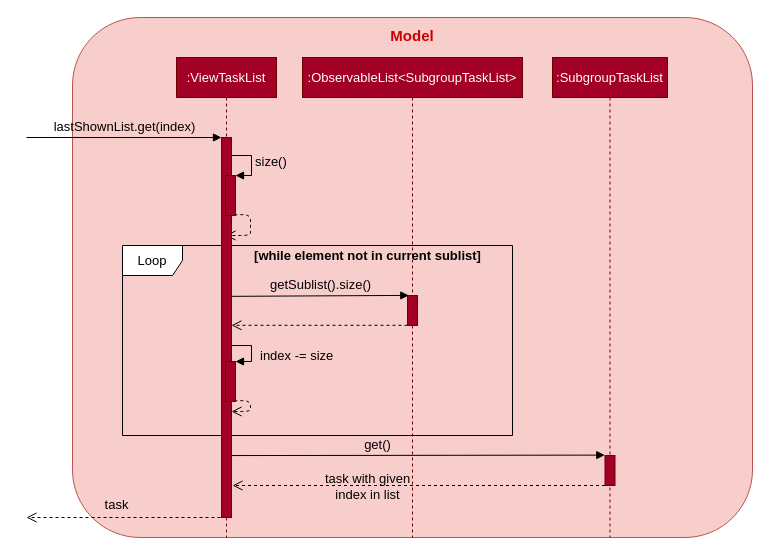
This is docs/diagrams/ViewTaskListGetSequenceDiagram.drawio from yapdianhao/main, a draw.io file, before an edit. Source tidied: cells renumbered, new cells numbered last; positions are measured from the earlier drawing's top-left corner, leaving out a move shared by most shapes. Both pictures are drawn from the tidied source at 100%, with x=0, y=0 at pixel (26, 17).
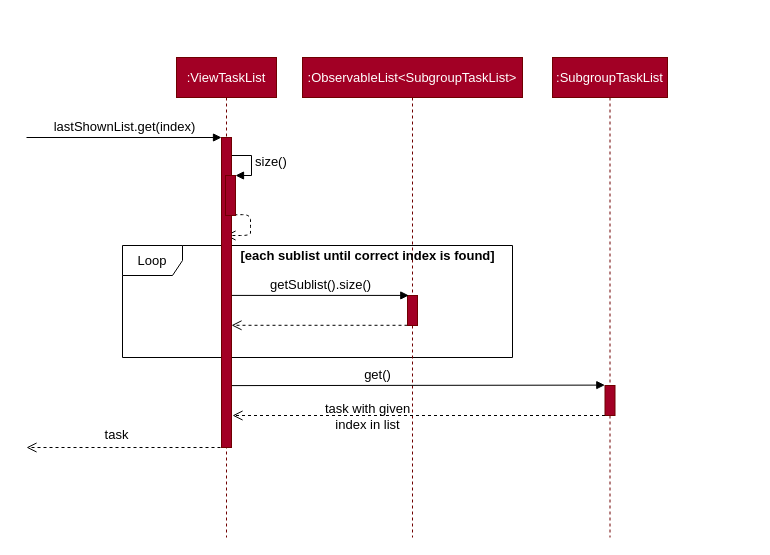
After the change.

What changed in the source:
```diff
@@
-    <mxCell id="0" />
-    <mxCell id="1" parent="0" />
-    <mxCell id="2" style="rounded=1;whiteSpace=wrap;html=1;fillColor=#f8cecc;strokeColor=#b85450;arcSize=13;" parent="1" vertex="1">
-      <mxGeometry x="46" width="680" height="520" as="geometry" />
-    </mxCell>
+    <mxCell id="26" />
+    <mxCell id="27" parent="26" />
-    <mxCell id="3" value="Loop" style="shape=umlFrame;whiteSpace=wrap;html=1;fontSize=13;fontColor=#000000;" parent="1" vertex="1">
-      <mxGeometry x="96" y="228" width="390" height="190" as="geometry" />
+    <mxCell id="3" value="Loop" style="shape=umlFrame;whiteSpace=wrap;html=1;fontSize=13;fontColor=#000000;" parent="27" vertex="1">
+      <mxGeometry x="96" y="228" width="390" height="112" as="geometry" />
     </mxCell>
-    <mxCell id="4" value="index -= size" style="edgeStyle=orthogonalEdgeStyle;html=1;align=left;spacingLeft=2;endArrow=block;rounded=0;entryX=1;entryY=0;fillColor=#4D9900;fontSize=13;labelBackgroundColor=none;" parent="1" edge="1" target="24">
-      <mxGeometry x="0.28" y="5" relative="1" as="geometry">
-        <mxPoint x="200" y="324" as="sourcePoint" />
-        <Array as="points">
-          <mxPoint x="200" y="328" />
-          <mxPoint x="225" y="328" />
-          <mxPoint x="225" y="344" />
-        </Array>
-      </mxGeometry>
-    </mxCell>
-    <mxCell id="5" style="html=1;verticalAlign=bottom;endArrow=open;dashed=1;endSize=8;fillColor=#4D9900;exitX=0.883;exitY=0.983;exitDx=0;exitDy=0;exitPerimeter=0;fontSize=13;" parent="1" edge="1" source="24" target="22">
-      <mxGeometry x="-0.3" y="-20" relative="1" as="geometry">
-        <Array as="points">
-          <mxPoint x="224" y="383" />
-          <mxPoint x="224" y="394" />
-        </Array>
-        <mxPoint x="40" as="offset" />
-      </mxGeometry>
-    </mxCell>
-    <mxCell id="6" value=":ViewTaskList" style="shape=umlLifeline;perimeter=lifelinePerimeter;whiteSpace=wrap;html=1;shadow=0;fillColor=#a20025;fontSize=13;fontColor=#ffffff;strokeColor=#6F0000;" parent="1" vertex="1">
+    <mxCell id="6" value=":ViewTaskList" style="shape=umlLifeline;perimeter=lifelinePerimeter;whiteSpace=wrap;html=1;shadow=0;fillColor=#a20025;fontSize=13;fontColor=#ffffff;strokeColor=#6F0000;" parent="27" vertex="1">
       <mxGeometry x="150" y="40" width="100" height="480" as="geometry" />
     </mxCell>
-    <mxCell id="7" value="lastShownList.get(index)" style="html=1;verticalAlign=bottom;endArrow=block;fillColor=#4D9900;fontSize=13;labelBackgroundColor=none;" parent="1" edge="1">
+    <mxCell id="7" value="lastShownList.get(index)" style="html=1;verticalAlign=bottom;endArrow=block;fillColor=#4D9900;fontSize=13;" parent="27" edge="1">
       <mxGeometry relative="1" as="geometry">
         <mxPoint y="120" as="sourcePoint" />
         <mxPoint x="195" y="120" as="targetPoint" />
       </mxGeometry>
     </mxCell>
-    <mxCell id="8" value="size()" style="edgeStyle=orthogonalEdgeStyle;html=1;align=left;spacingLeft=2;endArrow=block;rounded=0;entryX=1;entryY=0;fillColor=#4D9900;fontSize=13;labelBackgroundColor=none;" parent="1" edge="1" target="23">
+    <mxCell id="8" value="size()" style="edgeStyle=orthogonalEdgeStyle;html=1;align=left;spacingLeft=2;endArrow=block;rounded=0;entryX=1;entryY=0;fillColor=#4D9900;fontSize=13;" parent="27" edge="1" target="36">
       <mxGeometry relative="1" as="geometry">
         <mxPoint x="200" y="138" as="sourcePoint" />
         <Array as="points">
           <mxPoint x="225" y="138" />
           <mxPoint x="225" y="158" />
         </Array>
       </mxGeometry>
     </mxCell>
-    <mxCell id="9" style="html=1;verticalAlign=bottom;endArrow=open;dashed=1;endSize=8;fillColor=#4D9900;exitX=0.883;exitY=0.983;exitDx=0;exitDy=0;exitPerimeter=0;fontSize=13;" parent="1" edge="1" source="23">
-      <mxGeometry x="-0.3" y="-20" relative="1" as="geometry">
-        <mxPoint x="199" y="218" as="targetPoint" />
-        <Array as="points">
-          <mxPoint x="224" y="197" />
-          <mxPoint x="224" y="208" />
-          <mxPoint x="224" y="218" />
-          <mxPoint x="224" y="218" />
-        </Array>
-        <mxPoint x="40" as="offset" />
-      </mxGeometry>
-    </mxCell>
+    <mxCell id="28" style="html=1;verticalAlign=bottom;endArrow=open;dashed=1;endSize=8;fillColor=#4D9900;exitX=0.883;exitY=0.983;exitDx=0;exitDy=0;exitPerimeter=0;fontSize=13;" parent="27" edge="1" source="36">
+      <mxGeometry x="-0.3" y="-20" relative="1" as="geometry">
+        <mxPoint x="199" y="218" as="targetPoint" />
+        <Array as="points">
+          <mxPoint x="224" y="197" />
+          <mxPoint x="224" y="208" />
+          <mxPoint x="224" y="218" />
+          <mxPoint x="224" y="218" />
+        </Array>
+        <mxPoint x="40" as="offset" />
+      </mxGeometry>
+    </mxCell>
-    <mxCell id="10" value=":ObservableList&amp;lt;SubgroupTaskList&amp;gt;" style="shape=umlLifeline;perimeter=lifelinePerimeter;whiteSpace=wrap;html=1;shadow=0;fillColor=#a20025;fontSize=13;fontColor=#ffffff;strokeColor=#6F0000;" parent="1" vertex="1">
+    <mxCell id="10" value=":ObservableList&amp;lt;SubgroupTaskList&amp;gt;" style="shape=umlLifeline;perimeter=lifelinePerimeter;whiteSpace=wrap;html=1;shadow=0;fillColor=#a20025;fontSize=13;fontColor=#ffffff;strokeColor=#6F0000;" parent="27" vertex="1">
       <mxGeometry x="276" y="40" width="220" height="480" as="geometry" />
     </mxCell>
-    <mxCell id="11" value="task" style="html=1;verticalAlign=bottom;endArrow=open;dashed=1;endSize=8;fillColor=#4D9900;fontSize=13;labelBackgroundColor=none;" parent="1" edge="1">
+    <mxCell id="11" value="task" style="html=1;verticalAlign=bottom;endArrow=open;dashed=1;endSize=8;fillColor=#4D9900;fontSize=13;" parent="27" edge="1">
       <mxGeometry x="0.1" y="-2" relative="1" as="geometry">
-        <mxPoint x="200" y="500" as="sourcePoint" />
-        <mxPoint y="500" as="targetPoint" />
+        <mxPoint x="200" y="430" as="sourcePoint" />
+        <mxPoint y="430" as="targetPoint" />
       </mxGeometry>
     </mxCell>
-    <mxCell id="12" style="html=1;points=[];perimeter=orthogonalPerimeter;shadow=0;fillColor=#6666FF;fontSize=13;" parent="1" vertex="1">
-      <mxGeometry x="381" y="278" width="10" height="30" as="geometry" />
-    </mxCell>
-    <mxCell id="13" style="html=1;verticalAlign=bottom;endArrow=open;dashed=1;endSize=8;fillColor=#4D9900;fontSize=13;exitX=0;exitY=0.993;exitDx=0;exitDy=0;exitPerimeter=0;" parent="1" edge="1" source="12" target="22">
-      <mxGeometry relative="1" as="geometry" />
-    </mxCell>
-    <mxCell id="14" value="[while element not in current sublist]" style="text;html=1;align=center;verticalAlign=middle;fontSize=13;fontColor=#000000;fontStyle=1;" parent="1" vertex="1">
-      <mxGeometry x="216" y="228" width="250" height="20" as="geometry" />
-    </mxCell>
+    <mxCell id="29" style="html=1;points=[];perimeter=orthogonalPerimeter;shadow=0;fillColor=#6666FF;fontSize=13;" parent="27" vertex="1">
+      <mxGeometry x="381" y="278" width="10" height="30" as="geometry" />
+    </mxCell>
+    <mxCell id="30" style="html=1;verticalAlign=bottom;endArrow=open;dashed=1;endSize=8;fillColor=#4D9900;fontSize=13;exitX=0;exitY=0.993;exitDx=0;exitDy=0;exitPerimeter=0;" parent="27" edge="1" source="29" target="35">
+      <mxGeometry relative="1" as="geometry" />
+    </mxCell>
+    <mxCell id="31" value="[each sublist until correct index is found]" style="text;html=1;align=center;verticalAlign=middle;fontSize=13;fontColor=#000000;fontStyle=1;" parent="27" vertex="1">
+      <mxGeometry x="206" y="228" width="270" height="20" as="geometry" />
+    </mxCell>
-    <mxCell id="15" value=":SubgroupTaskList" style="shape=umlLifeline;perimeter=lifelinePerimeter;whiteSpace=wrap;html=1;shadow=0;fillColor=#a20025;fontSize=13;fontColor=#ffffff;strokeColor=#6F0000;" parent="1" vertex="1">
+    <mxCell id="15" value=":SubgroupTaskList" style="shape=umlLifeline;perimeter=lifelinePerimeter;whiteSpace=wrap;html=1;shadow=0;fillColor=#a20025;fontSize=13;fontColor=#ffffff;strokeColor=#6F0000;" parent="27" vertex="1">
       <mxGeometry x="526" y="40" width="115" height="480" as="geometry" />
     </mxCell>
-    <mxCell id="16" style="html=1;points=[];perimeter=orthogonalPerimeter;shadow=0;fillColor=#a20025;fontSize=13;strokeColor=#6F0000;fontColor=#ffffff;" parent="15" vertex="1">
-      <mxGeometry x="52.5" y="398" width="10" height="30" as="geometry" />
-    </mxCell>
+    <mxCell id="32" style="html=1;points=[];perimeter=orthogonalPerimeter;shadow=0;fillColor=#a20025;fontSize=13;strokeColor=#6F0000;fontColor=#ffffff;" parent="15" vertex="1">
+      <mxGeometry x="52.5" y="328" width="10" height="30" as="geometry" />
+    </mxCell>
-    <mxCell id="17" value="get()" style="html=1;verticalAlign=bottom;endArrow=block;fillColor=#4D9900;fontSize=13;entryX=-0.019;entryY=-0.013;entryDx=0;entryDy=0;entryPerimeter=0;exitX=1;exitY=0.837;exitDx=0;exitDy=0;exitPerimeter=0;labelBackgroundColor=none;" parent="1" edge="1" source="22" target="16">
-      <mxGeometry x="-0.22" relative="1" as="geometry" />
+    <mxCell id="17" value="get()" style="html=1;verticalAlign=bottom;endArrow=block;fillColor=#4D9900;fontSize=13;entryX=-0.019;entryY=-0.013;entryDx=0;entryDy=0;entryPerimeter=0;exitX=1;exitY=0.837;exitDx=0;exitDy=0;exitPerimeter=0;" parent="27" edge="1" target="32">
+      <mxGeometry x="-0.22" relative="1" as="geometry">
+        <mxPoint x="205" y="368.1" as="sourcePoint" />
+      </mxGeometry>
     </mxCell>
-    <mxCell id="18" style="html=1;verticalAlign=bottom;endArrow=open;dashed=1;endSize=8;fillColor=#4D9900;fontSize=13;" parent="1" edge="1" source="16">
-      <mxGeometry relative="1" as="geometry">
-        <mxPoint x="206" y="468" as="targetPoint" />
-      </mxGeometry>
-    </mxCell>
+    <mxCell id="33" style="html=1;verticalAlign=bottom;endArrow=open;dashed=1;endSize=8;fillColor=#4D9900;fontSize=13;" parent="27" edge="1" source="32">
+      <mxGeometry relative="1" as="geometry">
+        <mxPoint x="206" y="398" as="targetPoint" />
+      </mxGeometry>
+    </mxCell>
-    <mxCell id="19" value="&lt;div&gt;task with given &lt;br&gt;&lt;/div&gt;&lt;div&gt;index in list&lt;/div&gt;" style="text;html=1;align=center;verticalAlign=middle;fontSize=13;fontColor=#000000;" parent="18" vertex="1">
+    <mxCell id="19" value="&lt;div&gt;task with given &lt;br&gt;&lt;/div&gt;&lt;div&gt;index in list&lt;/div&gt;" style="text;html=1;align=center;verticalAlign=middle;fontSize=13;fontColor=#000000;" parent="33" vertex="1">
       <mxGeometry x="-0.58" y="1" relative="1" as="geometry">
         <mxPoint x="-160" y="-1" as="offset" />
       </mxGeometry>
     </mxCell>
-    <mxCell id="20" style="html=1;perimeter=orthogonalPerimeter;shadow=0;fillColor=#a20025;fontSize=13;strokeColor=#6F0000;fontColor=#ffffff;" parent="1" vertex="1">
-      <mxGeometry x="381" y="278" width="10" height="30" as="geometry" />
-    </mxCell>
+    <mxCell id="34" style="html=1;perimeter=orthogonalPerimeter;shadow=0;fillColor=#a20025;fontSize=13;strokeColor=#6F0000;fontColor=#ffffff;" parent="27" vertex="1">
+      <mxGeometry x="381" y="278" width="10" height="30" as="geometry" />
+    </mxCell>
-    <mxCell id="21" value="getSublist().size()" style="html=1;verticalAlign=bottom;endArrow=block;fillColor=#4D9900;fontSize=13;entryX=0.129;entryY=-0.003;entryDx=0;entryDy=0;entryPerimeter=0;exitX=1.006;exitY=0.418;exitDx=0;exitDy=0;exitPerimeter=0;labelBackgroundColor=none;" parent="1" edge="1" source="22" target="12">
+    <mxCell id="21" value="getSublist().size()" style="html=1;verticalAlign=bottom;endArrow=block;fillColor=#4D9900;fontSize=13;entryX=0.129;entryY=-0.003;entryDx=0;entryDy=0;entryPerimeter=0;" parent="27" edge="1" source="35" target="29">
       <mxGeometry relative="1" as="geometry" />
     </mxCell>
-    <mxCell id="22" style="html=1;points=[];perimeter=orthogonalPerimeter;shadow=0;fillColor=#a20025;fontSize=13;strokeColor=#6F0000;fontColor=#ffffff;" parent="1" vertex="1">
-      <mxGeometry x="195" y="120" width="10" height="380" as="geometry" />
-    </mxCell>
-    <mxCell id="23" style="html=1;points=[];perimeter=orthogonalPerimeter;shadow=0;fillColor=#a20025;fontSize=13;strokeColor=#6F0000;fontColor=#ffffff;" parent="1" vertex="1">
-      <mxGeometry x="199" y="158" width="10" height="40" as="geometry" />
-    </mxCell>
-    <mxCell id="24" style="html=1;points=[];perimeter=orthogonalPerimeter;shadow=0;fillColor=#a20025;fontSize=13;strokeColor=#6F0000;fontColor=#ffffff;" parent="1" vertex="1">
-      <mxGeometry x="199" y="344" width="10" height="40" as="geometry" />
-    </mxCell>
-    <mxCell id="25" value="&lt;font style=&quot;font-size: 15px&quot; color=&quot;#cc0000&quot;&gt;&lt;b&gt;Model&lt;/b&gt;&lt;/font&gt;" style="text;html=1;strokeColor=none;fillColor=none;align=center;verticalAlign=middle;whiteSpace=wrap;rounded=0;" parent="1" vertex="1">
-      <mxGeometry x="366" y="8" width="40" height="20" as="geometry" />
-    </mxCell>
+    <mxCell id="35" style="html=1;points=[];perimeter=orthogonalPerimeter;shadow=0;fillColor=#a20025;fontSize=13;strokeColor=#6F0000;fontColor=#ffffff;" parent="27" vertex="1">
+      <mxGeometry x="195" y="120" width="10" height="310" as="geometry" />
+    </mxCell>
+    <mxCell id="36" style="html=1;points=[];perimeter=orthogonalPerimeter;shadow=0;fillColor=#a20025;fontSize=13;strokeColor=#6F0000;fontColor=#ffffff;" parent="27" vertex="1">
+      <mxGeometry x="199" y="158" width="10" height="40" as="geometry" />
+    </mxCell>
```
